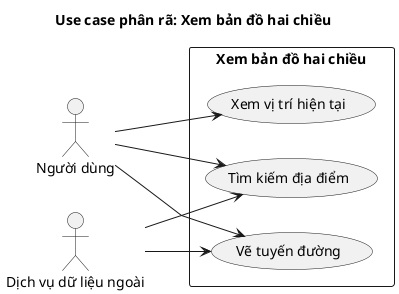
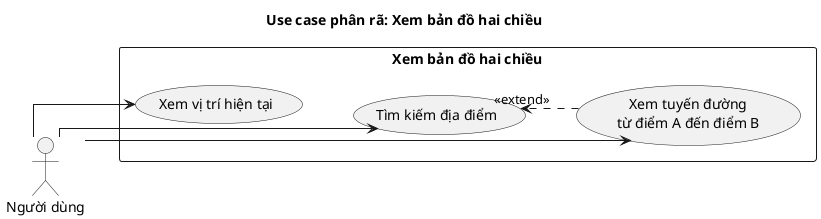
@startuml usecase_xem_ban_do
skinparam defaultFontName "Times New Roman"
- skinparam linetype polyline
left to right direction
+ skinparam packageStyle rectangle
+ skinparam linetype ortho
+ skinparam nodesep 35
+ skinparam ranksep 50
title Use case phân rã: Xem bản đồ hai chiều

actor "Người dùng" as User
- actor "Dịch vụ dữ liệu ngoài" as Ext

rectangle "Xem bản đồ hai chiều" {
  usecase "Xem vị trí hiện tại" as U1
  usecase "Tìm kiếm địa điểm" as U2
-   usecase "Vẽ tuyến đường" as U3
+   usecase "Xem tuyến đường\ntừ điểm A đến điểm B" as U3
+ 
+   U1 -[hidden]down- U2
+   U2 -[hidden]down- U3
}

User --> U1
User --> U2
User --> U3
- Ext --> U2
- Ext --> U3
+ 
+ U3 ..> U2 : <<extend>>
@enduml
